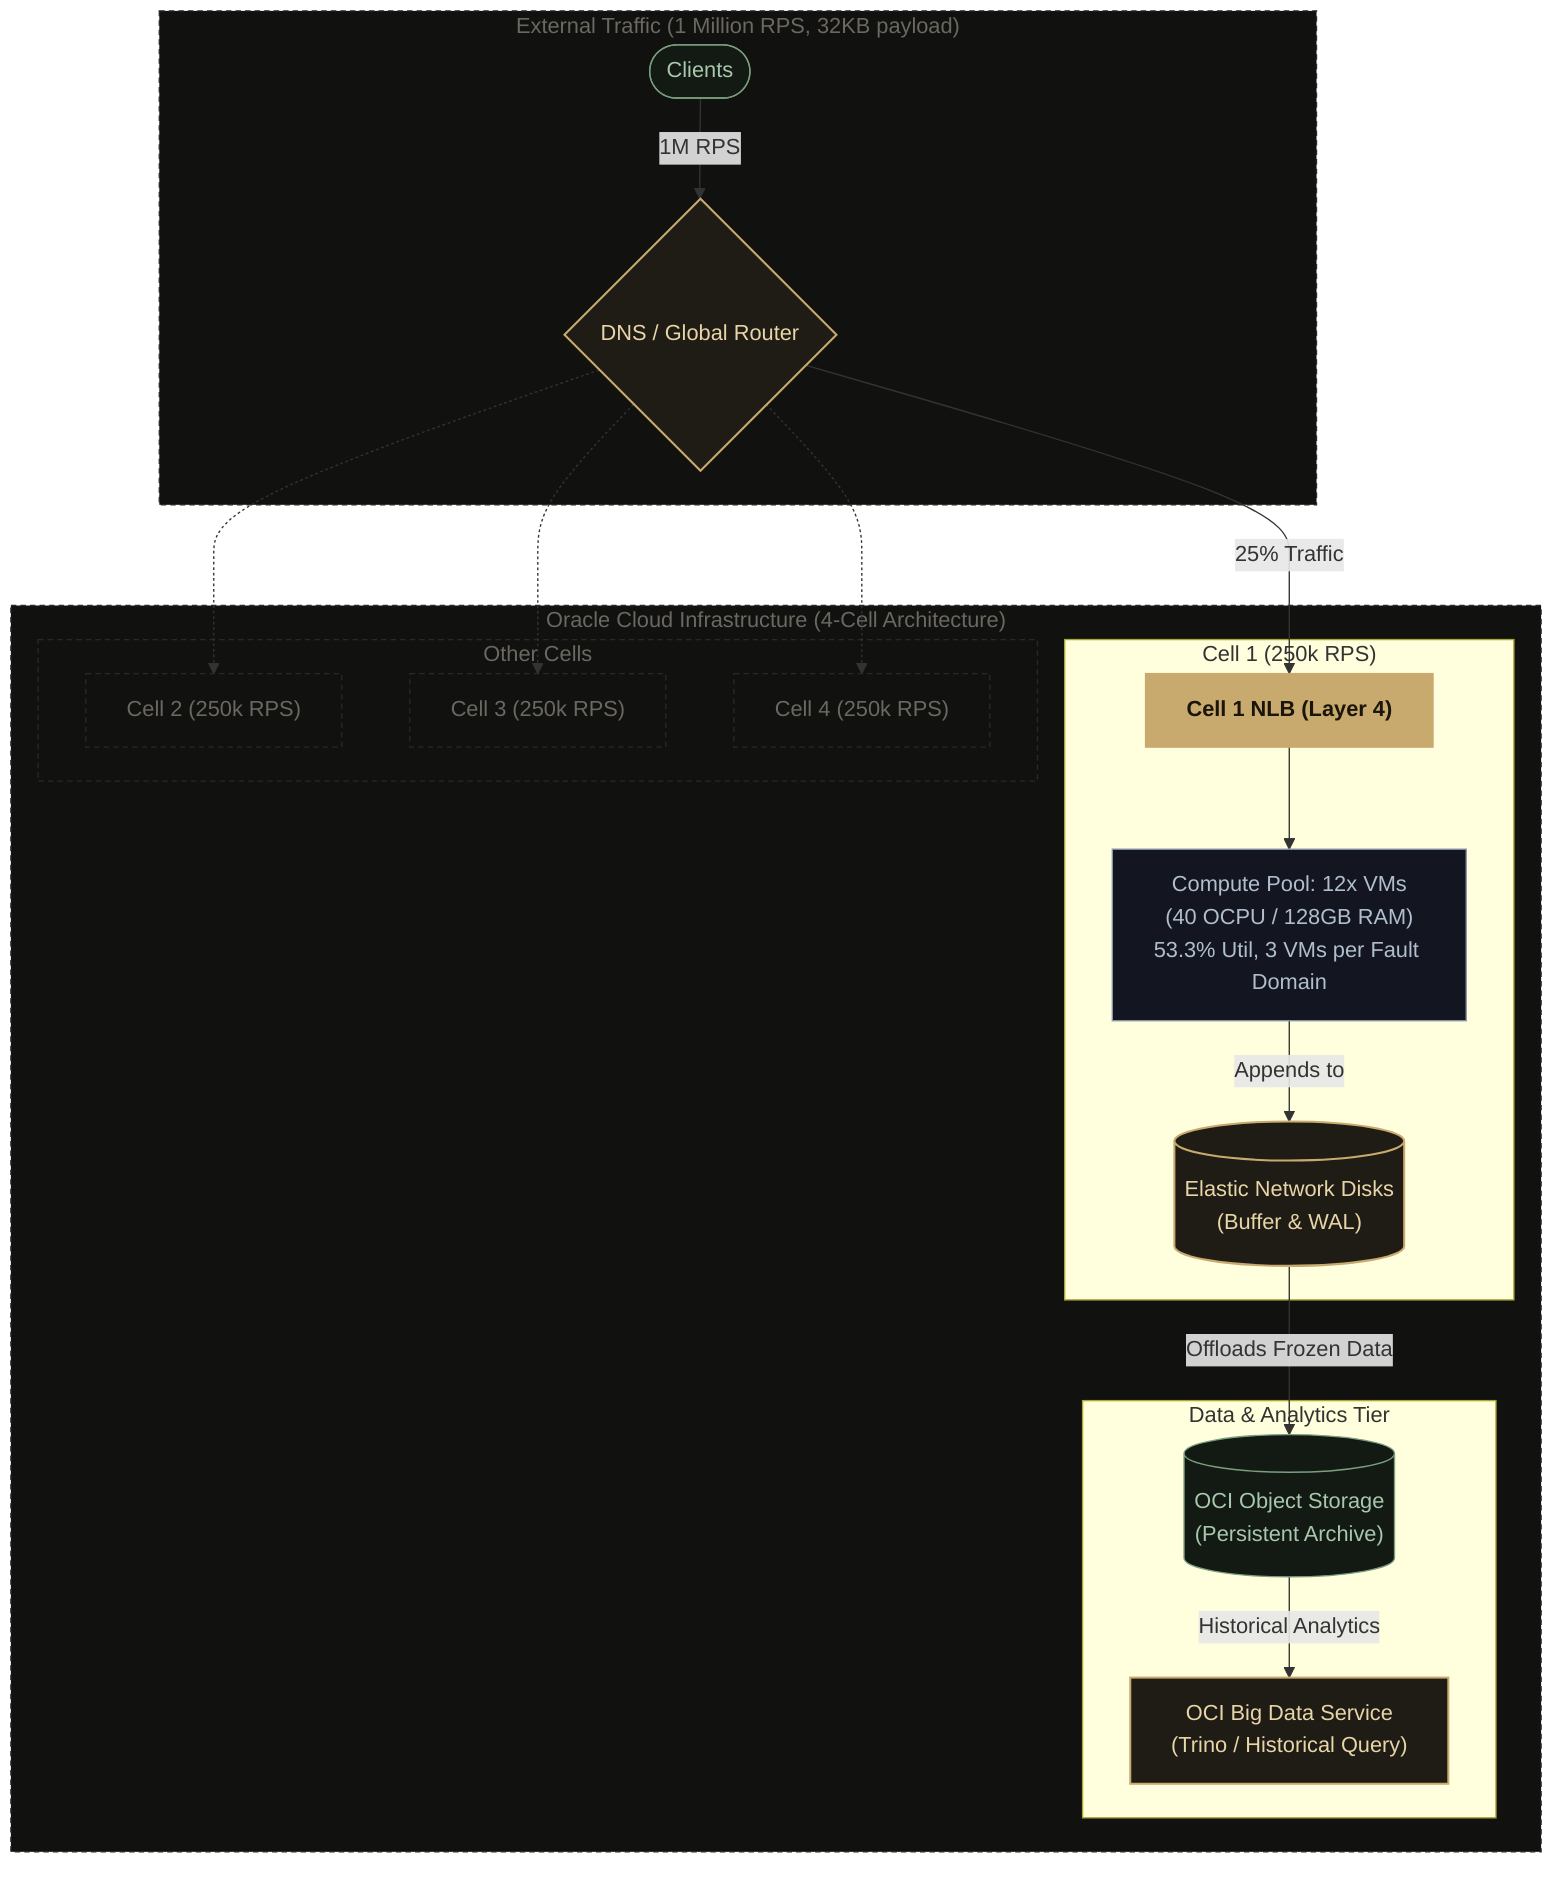
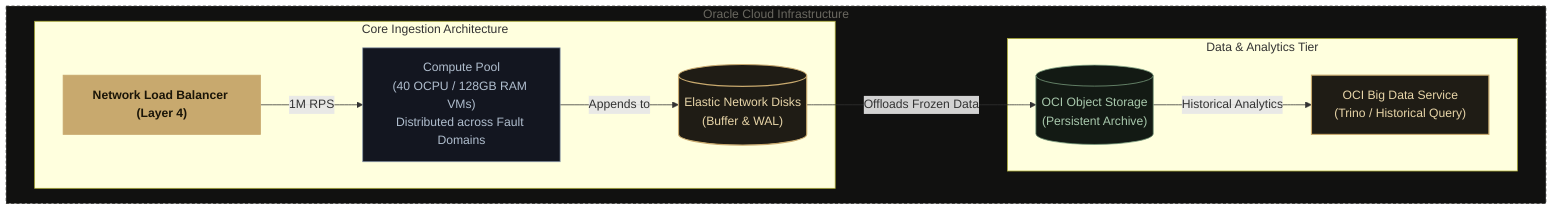
graph TD
%% ── Dark Elegant Theme ─────────────────────────────────
classDef gold      fill:#1f1c15,stroke:#c8a96e,stroke-width:1.5px,color:#e8d5a8
classDef sage      fill:#131a14,stroke:#7a9e7e,stroke-width:1px,color:#a8c8ac
classDef steel     fill:#131620,stroke:#8896a8,stroke-width:1px,color:#b0bece
classDef crimson   fill:#1a1212,stroke:#a87878,stroke-width:1px,color:#d4a0a0
classDef ghost     fill:#111110,stroke:#2a2926,stroke-width:1px,color:#6a6860,stroke-dasharray:4 3
classDef prominent fill:#c8a96e,stroke:#c8a96e,color:#1a1508,font-weight:600

-     subgraph External ["External Traffic (1 Million RPS, 32KB payload)"]
-         Client(["Clients"]):::sage
-         GlobalRouter{"DNS / Global Router"}:::gold
-     end
- 
-     subgraph OCI ["Oracle Cloud Infrastructure (4-Cell Architecture)"]
-         subgraph Cell1 ["Cell 1 (250k RPS)"]
-             NLB1["Cell 1 NLB (Layer 4)"]:::prominent
-             VMPool["Compute Pool: 12x VMs<br>(40 OCPU / 128GB RAM)<br>53.3% Util, 3 VMs per Fault Domain"]:::steel
+     subgraph OCI ["Oracle Cloud Infrastructure"]
+         subgraph Core ["Core Ingestion Architecture"]
+             NLB["Network Load Balancer (Layer 4)"]:::prominent
+             VMPool["Compute Pool<br>(40 OCPU / 128GB RAM VMs)<br>Distributed across Fault Domains"]:::steel
            NetDisks[("Elastic Network Disks<br>(Buffer & WAL)")]:::gold
-         end
- 
-         subgraph OtherCells ["Other Cells"]
-             Cell2["Cell 2 (250k RPS)"]:::ghost
-             Cell3["Cell 3 (250k RPS)"]:::ghost
-             Cell4["Cell 4 (250k RPS)"]:::ghost
        end

        subgraph StorageTier ["Data & Analytics Tier"]
            ObjStore[("OCI Object Storage<br>(Persistent Archive)")]:::sage
            Trino["OCI Big Data Service<br>(Trino / Historical Query)"]:::gold
        end
    end

-     Client -- "1M RPS" --> GlobalRouter
-     GlobalRouter -- "25% Traffic" --> NLB1
-     GlobalRouter -.-> Cell2 & Cell3 & Cell4
-     NLB1 --> VMPool
+     NLB -- "1M RPS" --> VMPool
    VMPool -- "Appends to" --> NetDisks
    NetDisks -- "Offloads Frozen Data" --> ObjStore
    ObjStore -- "Historical Analytics" --> Trino
-     class External,OCI,OtherCells ghost
+     class OCI ghost
